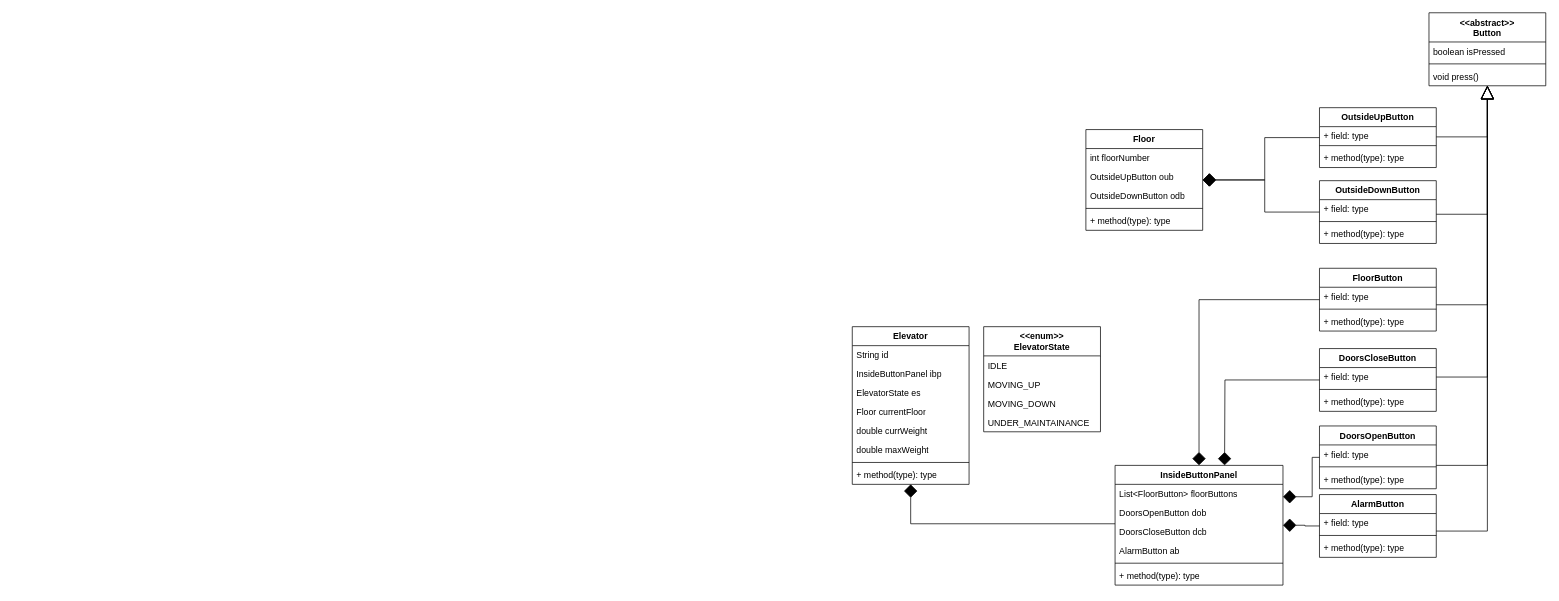
Above: Elevator.drawio in akshat-code21/elevator_lld (draw.io), before the change. Source tidied: cells renumbered, new cells numbered last; positions are measured from the earlier drawing's top-left corner, leaving out a move shared by most shapes. Both pictures are drawn from the tidied source at 73%, with x=0, y=0 at pixel (852, 12).
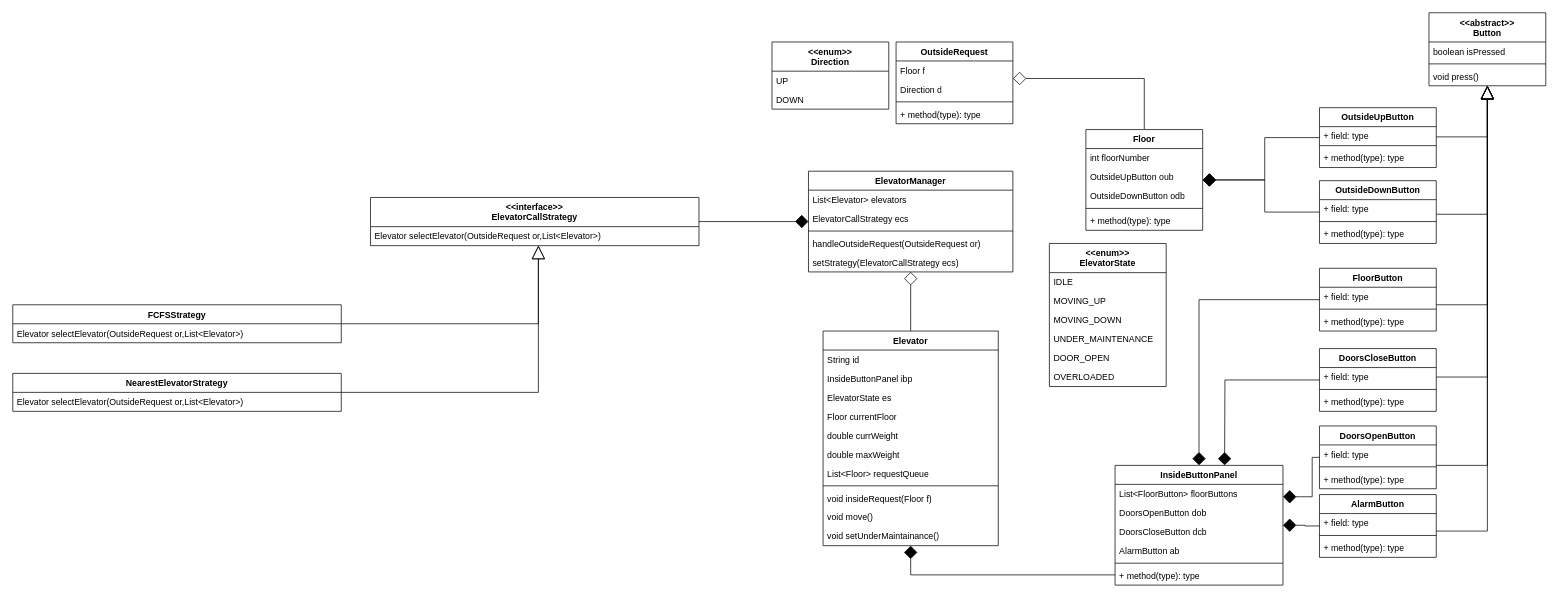
Above is the later version.

Unchanged cells that the change refers to:
```xml
<mxCell id="46" value="InsideButtonPanel" style="swimlane;fontStyle=1;align=center;verticalAlign=top;horizontal=1;startSize=26;whiteSpace=wrap;html=1;" parent="1" vertex="1">
  <mxGeometry x="360" y="620" width="230" height="164" as="geometry" />
</mxCell>
<mxCell id="53" value="Floor" style="swimlane;fontStyle=1;align=center;verticalAlign=top;horizontal=1;startSize=26;whiteSpace=wrap;html=1;" parent="1" vertex="1">
  <mxGeometry x="320" y="160" width="160" height="138" as="geometry" />
</mxCell>
```

The edit, as a diff of the source:
```diff
@@
+    <mxCell id="70" style="edgeStyle=orthogonalEdgeStyle;rounded=0;jettySize=auto;html=1;strokeColor=default;align=center;verticalAlign=middle;fontFamily=Helvetica;fontSize=11;fontColor=default;labelBackgroundColor=default;startSize=16;endArrow=diamond;endFill=0;endSize=16;" parent="1" edge="1" source="2">
+      <mxGeometry relative="1" as="geometry">
+        <mxPoint x="80" y="355" as="targetPoint" />
+      </mxGeometry>
+    </mxCell>
     <mxCell id="2" value="Elevator" style="swimlane;fontStyle=1;align=center;verticalAlign=top;horizontal=1;startSize=26;whiteSpace=wrap;html=1;" parent="1" vertex="1">
-      <mxGeometry y="430" width="160" height="216" as="geometry" />
+      <mxGeometry x="-40" y="436" width="240" height="294" as="geometry" />
     </mxCell>
     <mxCell id="3" value="String id" style="text;strokeColor=none;fillColor=none;align=left;verticalAlign=top;spacingLeft=4;spacingRight=4;overflow=hidden;whiteSpace=wrap;html=1;" parent="2" vertex="1">
-      <mxGeometry y="26" width="160" height="26" as="geometry" />
+      <mxGeometry y="26" width="240" height="26" as="geometry" />
     </mxCell>
     <mxCell id="4" value="InsideButtonPanel ibp" style="text;strokeColor=none;fillColor=none;align=left;verticalAlign=top;spacingLeft=4;spacingRight=4;overflow=hidden;whiteSpace=wrap;html=1;" parent="2" vertex="1">
-      <mxGeometry y="52" width="160" height="26" as="geometry" />
+      <mxGeometry y="52" width="240" height="26" as="geometry" />
     </mxCell>
     <mxCell id="5" value="ElevatorState es" style="text;strokeColor=none;fillColor=none;align=left;verticalAlign=top;spacingLeft=4;spacingRight=4;overflow=hidden;whiteSpace=wrap;html=1;" parent="2" vertex="1">
-      <mxGeometry y="78" width="160" height="26" as="geometry" />
+      <mxGeometry y="78" width="240" height="26" as="geometry" />
     </mxCell>
     <mxCell id="6" value="Floor currentFloor" style="text;strokeColor=none;fillColor=none;align=left;verticalAlign=top;spacingLeft=4;spacingRight=4;overflow=hidden;whiteSpace=wrap;html=1;" parent="2" vertex="1">
-      <mxGeometry y="104" width="160" height="26" as="geometry" />
+      <mxGeometry y="104" width="240" height="26" as="geometry" />
     </mxCell>
     <mxCell id="7" value="double currWeight" style="text;strokeColor=none;fillColor=none;align=left;verticalAlign=top;spacingLeft=4;spacingRight=4;overflow=hidden;whiteSpace=wrap;html=1;" parent="2" vertex="1">
-      <mxGeometry y="130" width="160" height="26" as="geometry" />
+      <mxGeometry y="130" width="240" height="26" as="geometry" />
     </mxCell>
     <mxCell id="8" value="double maxWeight" style="text;strokeColor=none;fillColor=none;align=left;verticalAlign=top;spacingLeft=4;spacingRight=4;overflow=hidden;whiteSpace=wrap;html=1;" parent="2" vertex="1">
-      <mxGeometry y="156" width="160" height="26" as="geometry" />
+      <mxGeometry y="156" width="240" height="26" as="geometry" />
     </mxCell>
+    <mxCell id="71" value="List&amp;lt;Floor&amp;gt; requestQueue" style="text;strokeColor=none;fillColor=none;align=left;verticalAlign=top;spacingLeft=4;spacingRight=4;overflow=hidden;whiteSpace=wrap;html=1;" parent="2" vertex="1">
+      <mxGeometry y="182" width="240" height="26" as="geometry" />
+    </mxCell>
     <mxCell id="9" style="line;strokeWidth=1;fillColor=none;align=left;verticalAlign=middle;spacingTop=-1;spacingLeft=3;spacingRight=3;labelPosition=right;strokeColor=inherit;" parent="2" vertex="1">
-      <mxGeometry y="182" width="160" height="8" as="geometry" />
+      <mxGeometry y="208" width="240" height="8" as="geometry" />
     </mxCell>
-    <mxCell id="10" value="+ method(type): type" style="text;strokeColor=none;fillColor=none;align=left;verticalAlign=top;spacingLeft=4;spacingRight=4;overflow=hidden;whiteSpace=wrap;html=1;" parent="2" vertex="1">
-      <mxGeometry y="190" width="160" height="26" as="geometry" />
+    <mxCell id="10" value="void insideRequest(Floor f)" style="text;strokeColor=none;fillColor=none;align=left;verticalAlign=top;spacingLeft=4;spacingRight=4;overflow=hidden;whiteSpace=wrap;html=1;" parent="2" vertex="1">
+      <mxGeometry y="216" width="240" height="26" as="geometry" />
     </mxCell>
+    <mxCell id="72" value="void move()" style="text;strokeColor=none;fillColor=none;align=left;verticalAlign=top;spacingLeft=4;spacingRight=4;overflow=hidden;whiteSpace=wrap;html=1;" parent="2" vertex="1">
+      <mxGeometry y="242" width="240" height="26" as="geometry" />
+    </mxCell>
+    <mxCell id="73" value="void setUnderMaintainance()" style="text;strokeColor=none;fillColor=none;align=left;verticalAlign=top;spacingLeft=4;spacingRight=4;overflow=hidden;whiteSpace=wrap;html=1;" parent="2" vertex="1">
+      <mxGeometry y="268" width="240" height="26" as="geometry" />
+    </mxCell>
@@
     <mxCell id="45" style="edgeStyle=orthogonalEdgeStyle;rounded=0;jettySize=auto;html=1;strokeColor=default;align=center;verticalAlign=middle;fontFamily=Helvetica;fontSize=11;fontColor=default;labelBackgroundColor=default;startSize=16;endArrow=diamond;endFill=1;endSize=16;" parent="1" edge="1" source="46" target="2">
       <mxGeometry relative="1" as="geometry">
         <Array as="points">
-          <mxPoint x="80" y="700" />
+          <mxPoint x="80" y="770" />
         </Array>
       </mxGeometry>
     </mxCell>
@@
+    <mxCell id="74" style="edgeStyle=orthogonalEdgeStyle;rounded=0;jettySize=auto;html=1;strokeColor=default;align=center;verticalAlign=middle;fontFamily=Helvetica;fontSize=11;fontColor=default;labelBackgroundColor=default;startSize=16;endArrow=diamond;endFill=0;endSize=16;" parent="1" edge="1" source="53" target="83">
+      <mxGeometry relative="1" as="geometry">
+        <Array as="points">
+          <mxPoint x="400" y="90" />
+        </Array>
+      </mxGeometry>
+    </mxCell>
@@
     <mxCell id="59" value="&amp;lt;&amp;lt;enum&amp;gt;&amp;gt;&lt;br&gt;ElevatorState" style="swimlane;fontStyle=1;align=center;verticalAlign=top;horizontal=1;startSize=40;whiteSpace=wrap;html=1;" parent="1" vertex="1">
-      <mxGeometry x="180" y="430" width="160" height="144" as="geometry" />
+      <mxGeometry x="270" y="316" width="160" height="196" as="geometry" />
     </mxCell>
@@
-    <mxCell id="63" value="UNDER_MAINTAINANCE" style="text;strokeColor=none;fillColor=none;align=left;verticalAlign=top;spacingLeft=4;spacingRight=4;overflow=hidden;whiteSpace=wrap;html=1;" parent="59" vertex="1">
+    <mxCell id="63" value="UNDER_MAINTENANCE" style="text;strokeColor=none;fillColor=none;align=left;verticalAlign=top;spacingLeft=4;spacingRight=4;overflow=hidden;whiteSpace=wrap;html=1;" parent="59" vertex="1">
       <mxGeometry y="118" width="160" height="26" as="geometry" />
     </mxCell>
+    <mxCell id="75" value="DOOR_OPEN" style="text;strokeColor=none;fillColor=none;align=left;verticalAlign=top;spacingLeft=4;spacingRight=4;overflow=hidden;whiteSpace=wrap;html=1;" parent="59" vertex="1">
+      <mxGeometry y="144" width="160" height="26" as="geometry" />
+    </mxCell>
+    <mxCell id="76" value="OVERLOADED" style="text;strokeColor=none;fillColor=none;align=left;verticalAlign=top;spacingLeft=4;spacingRight=4;overflow=hidden;whiteSpace=wrap;html=1;" parent="59" vertex="1">
+      <mxGeometry y="170" width="160" height="26" as="geometry" />
+    </mxCell>
@@
+    <mxCell id="77" value="ElevatorManager" style="swimlane;fontStyle=1;align=center;verticalAlign=top;horizontal=1;startSize=26;whiteSpace=wrap;html=1;" parent="1" vertex="1">
+      <mxGeometry x="-60" y="217" width="280" height="138" as="geometry" />
+    </mxCell>
+    <mxCell id="78" value="List&amp;lt;Elevator&amp;gt; elevators" style="text;strokeColor=none;fillColor=none;align=left;verticalAlign=top;spacingLeft=4;spacingRight=4;overflow=hidden;whiteSpace=wrap;html=1;" parent="77" vertex="1">
+      <mxGeometry y="26" width="280" height="26" as="geometry" />
+    </mxCell>
+    <mxCell id="79" value="ElevatorCallStrategy ecs" style="text;strokeColor=none;fillColor=none;align=left;verticalAlign=top;spacingLeft=4;spacingRight=4;overflow=hidden;whiteSpace=wrap;html=1;" parent="77" vertex="1">
+      <mxGeometry y="52" width="280" height="26" as="geometry" />
+    </mxCell>
+    <mxCell id="80" style="line;strokeWidth=1;fillColor=none;align=left;verticalAlign=middle;spacingTop=-1;spacingLeft=3;spacingRight=3;labelPosition=right;strokeColor=inherit;" parent="77" vertex="1">
+      <mxGeometry y="78" width="280" height="8" as="geometry" />
+    </mxCell>
+    <mxCell id="81" value="handleOutsideRequest(OutsideRequest or)" style="text;strokeColor=none;fillColor=none;align=left;verticalAlign=top;spacingLeft=4;spacingRight=4;overflow=hidden;whiteSpace=wrap;html=1;" parent="77" vertex="1">
+      <mxGeometry y="86" width="280" height="26" as="geometry" />
+    </mxCell>
+    <mxCell id="82" value="setStrategy(ElevatorCallStrategy ecs)" style="text;strokeColor=none;fillColor=none;align=left;verticalAlign=top;spacingLeft=4;spacingRight=4;overflow=hidden;whiteSpace=wrap;html=1;" parent="77" vertex="1">
+      <mxGeometry y="112" width="280" height="26" as="geometry" />
+    </mxCell>
+    <mxCell id="83" value="OutsideRequest" style="swimlane;fontStyle=1;align=center;verticalAlign=top;horizontal=1;startSize=26;whiteSpace=wrap;html=1;" parent="1" vertex="1">
+      <mxGeometry x="60" y="40" width="160" height="112" as="geometry" />
+    </mxCell>
+    <mxCell id="84" value="Floor f" style="text;strokeColor=none;fillColor=none;align=left;verticalAlign=top;spacingLeft=4;spacingRight=4;overflow=hidden;whiteSpace=wrap;html=1;" parent="83" vertex="1">
+      <mxGeometry y="26" width="160" height="26" as="geometry" />
+    </mxCell>
+    <mxCell id="85" value="Direction d" style="text;strokeColor=none;fillColor=none;align=left;verticalAlign=top;spacingLeft=4;spacingRight=4;overflow=hidden;whiteSpace=wrap;html=1;" parent="83" vertex="1">
+      <mxGeometry y="52" width="160" height="26" as="geometry" />
+    </mxCell>
+    <mxCell id="86" style="line;strokeWidth=1;fillColor=none;align=left;verticalAlign=middle;spacingTop=-1;spacingLeft=3;spacingRight=3;labelPosition=right;strokeColor=inherit;" parent="83" vertex="1">
+      <mxGeometry y="78" width="160" height="8" as="geometry" />
+    </mxCell>
+    <mxCell id="87" value="+ method(type): type" style="text;strokeColor=none;fillColor=none;align=left;verticalAlign=top;spacingLeft=4;spacingRight=4;overflow=hidden;whiteSpace=wrap;html=1;" parent="83" vertex="1">
+      <mxGeometry y="86" width="160" height="26" as="geometry" />
+    </mxCell>
+    <mxCell id="88" value="&amp;lt;&amp;lt;enum&amp;gt;&amp;gt;&lt;div&gt;Direction&lt;/div&gt;" style="swimlane;fontStyle=1;align=center;verticalAlign=top;horizontal=1;startSize=40;whiteSpace=wrap;html=1;" parent="1" vertex="1">
+      <mxGeometry x="-110" y="40" width="160" height="92" as="geometry" />
+    </mxCell>
+    <mxCell id="89" value="UP" style="text;strokeColor=none;fillColor=none;align=left;verticalAlign=top;spacingLeft=4;spacingRight=4;overflow=hidden;whiteSpace=wrap;html=1;" parent="88" vertex="1">
+      <mxGeometry y="40" width="160" height="26" as="geometry" />
+    </mxCell>
+    <mxCell id="90" value="DOWN" style="text;strokeColor=none;fillColor=none;align=left;verticalAlign=top;spacingLeft=4;spacingRight=4;overflow=hidden;whiteSpace=wrap;html=1;" parent="88" vertex="1">
+      <mxGeometry y="66" width="160" height="26" as="geometry" />
+    </mxCell>
+    <mxCell id="91" style="edgeStyle=orthogonalEdgeStyle;rounded=0;jettySize=auto;html=1;strokeColor=default;align=center;verticalAlign=middle;fontFamily=Helvetica;fontSize=11;fontColor=default;labelBackgroundColor=default;startSize=16;endArrow=diamond;endFill=1;endSize=16;" parent="1" edge="1" source="92" target="77">
+      <mxGeometry relative="1" as="geometry" />
+    </mxCell>
+    <mxCell id="92" value="&lt;div&gt;&amp;lt;&amp;lt;interface&amp;gt;&amp;gt;&lt;/div&gt;ElevatorCallStrategy" style="swimlane;fontStyle=1;align=center;verticalAlign=top;horizontal=1;startSize=40;whiteSpace=wrap;html=1;" parent="1" vertex="1">
+      <mxGeometry x="-660" y="253" width="450" height="66" as="geometry" />
+    </mxCell>
+    <mxCell id="93" value="Elevator selectElevator(OutsideRequest or,List&amp;lt;Elevator&amp;gt;)" style="text;strokeColor=none;fillColor=none;align=left;verticalAlign=top;spacingLeft=4;spacingRight=4;overflow=hidden;whiteSpace=wrap;html=1;" parent="92" vertex="1">
+      <mxGeometry y="40" width="450" height="26" as="geometry" />
+    </mxCell>
+    <mxCell id="94" style="edgeStyle=orthogonalEdgeStyle;rounded=0;jettySize=auto;html=1;strokeColor=default;align=center;verticalAlign=middle;fontFamily=Helvetica;fontSize=11;fontColor=default;labelBackgroundColor=default;startSize=16;endArrow=block;endFill=0;endSize=16;" parent="1" edge="1" source="95" target="92">
+      <mxGeometry relative="1" as="geometry">
+        <Array as="points">
+          <mxPoint x="-430" y="426" />
+        </Array>
+      </mxGeometry>
+    </mxCell>
+    <mxCell id="95" value="FCFSStrategy" style="swimlane;fontStyle=1;align=center;verticalAlign=top;horizontal=1;startSize=26;whiteSpace=wrap;html=1;" parent="1" vertex="1">
+      <mxGeometry x="-1150" y="400" width="450" height="52" as="geometry" />
+    </mxCell>
+    <mxCell id="96" value="Elevator selectElevator(OutsideRequest or,List&amp;lt;Elevator&amp;gt;)" style="text;strokeColor=none;fillColor=none;align=left;verticalAlign=top;spacingLeft=4;spacingRight=4;overflow=hidden;whiteSpace=wrap;html=1;" parent="95" vertex="1">
+      <mxGeometry y="26" width="450" height="26" as="geometry" />
+    </mxCell>
+    <mxCell id="97" style="edgeStyle=orthogonalEdgeStyle;rounded=0;jettySize=auto;html=1;strokeColor=default;align=center;verticalAlign=middle;fontFamily=Helvetica;fontSize=11;fontColor=default;labelBackgroundColor=default;startSize=16;endArrow=block;endFill=0;endSize=16;" parent="1" edge="1" source="98" target="92">
+      <mxGeometry relative="1" as="geometry">
+        <Array as="points">
+          <mxPoint x="-430" y="520" />
+        </Array>
+      </mxGeometry>
+    </mxCell>
+    <mxCell id="98" value="NearestElevatorStrategy" style="swimlane;fontStyle=1;align=center;verticalAlign=top;horizontal=1;startSize=26;whiteSpace=wrap;html=1;" parent="1" vertex="1">
+      <mxGeometry x="-1150" y="494" width="450" height="52" as="geometry" />
+    </mxCell>
+    <mxCell id="99" value="Elevator selectElevator(OutsideRequest or,List&amp;lt;Elevator&amp;gt;)" style="text;strokeColor=none;fillColor=none;align=left;verticalAlign=top;spacingLeft=4;spacingRight=4;overflow=hidden;whiteSpace=wrap;html=1;" parent="98" vertex="1">
+      <mxGeometry y="26" width="450" height="26" as="geometry" />
+    </mxCell>
```
